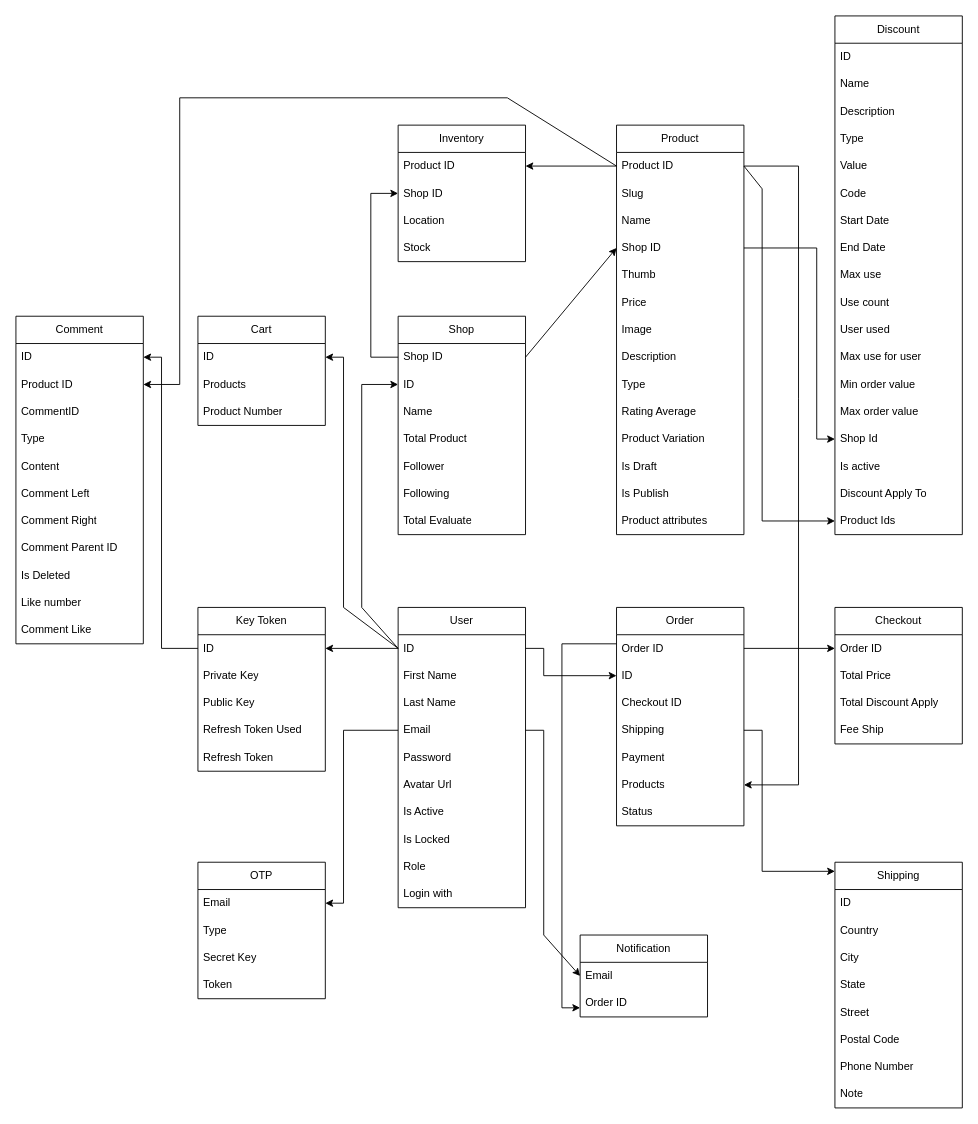
Earlier version of the draw.io diagram Untitled Diagram.drawio (hoangdat12/LazyFy). Source tidied: cells renumbered, new cells numbered last; positions are measured from the earlier drawing's top-left corner, leaving out a move shared by most shapes. Both pictures are drawn from the tidied source at 91%, with x=0, y=0 at pixel (15, 15).
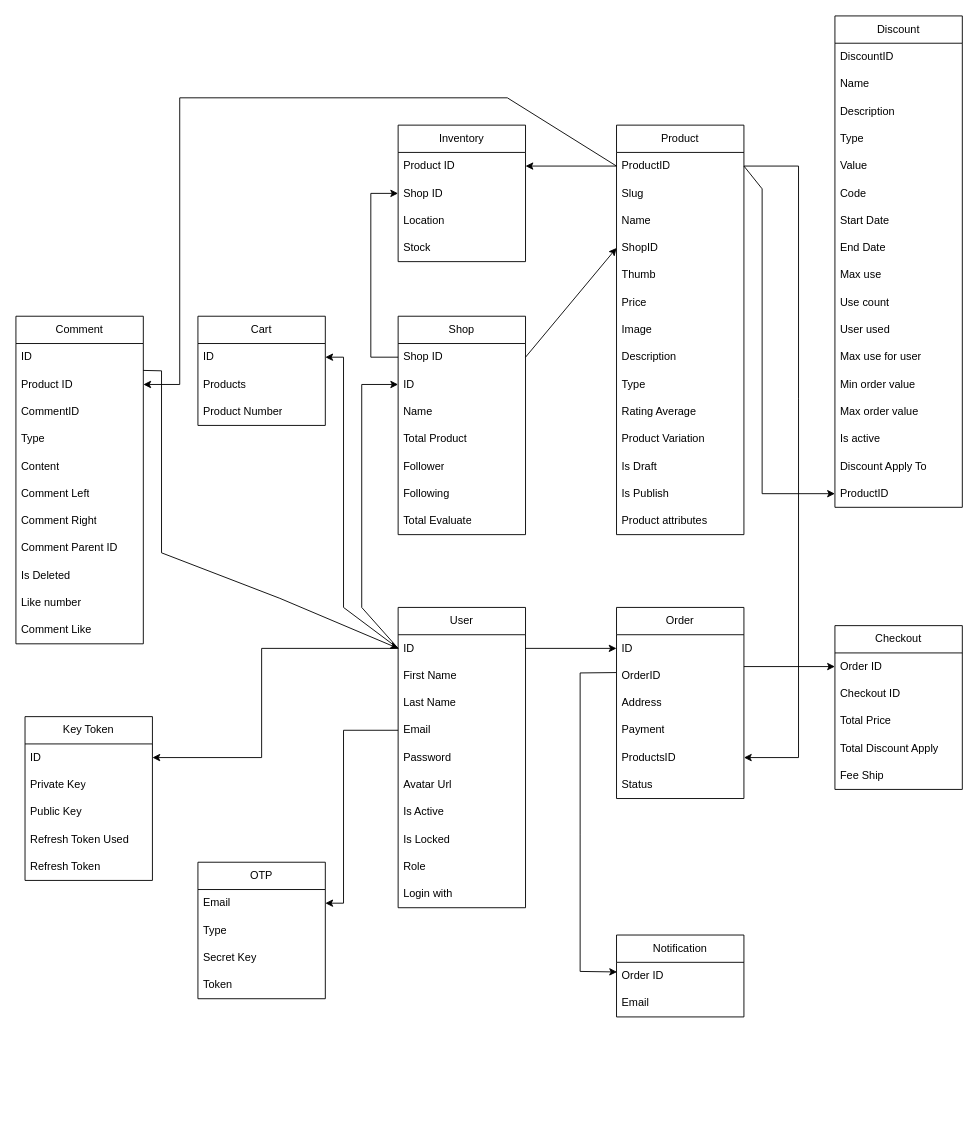
Above is the later version.

Commit message:
Cập nhật Untitled Diagram.drawio

The change refers to these unchanged cells:
```xml
<mxCell id="3" value="ID" style="text;strokeColor=none;fillColor=none;align=left;verticalAlign=middle;spacingLeft=4;spacingRight=4;overflow=hidden;points=[[0,0.5],[1,0.5]];portConstraint=eastwest;whiteSpace=wrap;html=1;" parent="2" vertex="1">
  <mxGeometry y="30" width="140" height="30" as="geometry" />
</mxCell>
<mxCell id="6" value="Email" style="text;strokeColor=none;fillColor=none;align=left;verticalAlign=middle;spacingLeft=4;spacingRight=4;overflow=hidden;points=[[0,0.5],[1,0.5]];portConstraint=eastwest;whiteSpace=wrap;html=1;" parent="2" vertex="1">
  <mxGeometry y="120" width="140" height="30" as="geometry" />
</mxCell>
<mxCell id="14" value="ID" style="text;strokeColor=none;fillColor=none;align=left;verticalAlign=middle;spacingLeft=4;spacingRight=4;overflow=hidden;points=[[0,0.5],[1,0.5]];portConstraint=eastwest;whiteSpace=wrap;html=1;" parent="13" vertex="1">
  <mxGeometry y="30" width="140" height="30" as="geometry" />
</mxCell>
<mxCell id="33" value="Product" style="swimlane;fontStyle=0;horizontal=1;startSize=30;whiteSpace=wrap;html=1;" parent="1" vertex="1">
  <mxGeometry x="660" y="120" width="140" height="450" as="geometry" />
</mxCell>
<mxCell id="84" value="Order ID" style="text;strokeColor=none;fillColor=none;align=left;verticalAlign=middle;spacingLeft=4;spacingRight=4;overflow=hidden;points=[[0,0.5],[1,0.5]];portConstraint=eastwest;whiteSpace=wrap;html=1;" parent="83" vertex="1">
  <mxGeometry y="30" width="140" height="30" as="geometry" />
</mxCell>
<mxCell id="98" value="ID" style="text;strokeColor=none;fillColor=none;align=left;verticalAlign=middle;spacingLeft=4;spacingRight=4;overflow=hidden;points=[[0,0.5],[1,0.5]];portConstraint=eastwest;whiteSpace=wrap;html=1;" parent="97" vertex="1">
  <mxGeometry y="30" width="140" height="30" as="geometry" />
</mxCell>
```

Change to the diagram source:
```diff
@@
     <mxCell id="13" value="Key Token" style="swimlane;fontStyle=0;horizontal=1;startSize=30;whiteSpace=wrap;html=1;" parent="1" vertex="1">
-      <mxGeometry x="200" y="650" width="140" height="180" as="geometry" />
+      <mxGeometry x="10" y="770" width="140" height="180" as="geometry" />
     </mxCell>
@@
-    <mxCell id="24" value="Shipping" style="swimlane;fontStyle=0;horizontal=1;startSize=30;whiteSpace=wrap;html=1;" parent="1" vertex="1">
-      <mxGeometry x="900" y="930" width="140" height="270" as="geometry" />
-    </mxCell>
-    <mxCell id="25" value="ID" style="text;strokeColor=none;fillColor=none;align=left;verticalAlign=middle;spacingLeft=4;spacingRight=4;overflow=hidden;whiteSpace=wrap;html=1;" parent="24" vertex="1">
-      <mxGeometry y="30" width="140" height="30" as="geometry" />
-    </mxCell>
-    <mxCell id="26" value="Country" style="text;strokeColor=none;fillColor=none;align=left;verticalAlign=middle;spacingLeft=4;spacingRight=4;overflow=hidden;whiteSpace=wrap;html=1;" parent="24" vertex="1">
-      <mxGeometry y="60" width="140" height="30" as="geometry" />
-    </mxCell>
-    <mxCell id="27" value="City" style="text;strokeColor=none;fillColor=none;align=left;verticalAlign=middle;spacingLeft=4;spacingRight=4;overflow=hidden;whiteSpace=wrap;html=1;" parent="24" vertex="1">
-      <mxGeometry y="90" width="140" height="30" as="geometry" />
-    </mxCell>
-    <mxCell id="28" value="State" style="text;strokeColor=none;fillColor=none;align=left;verticalAlign=middle;spacingLeft=4;spacingRight=4;overflow=hidden;whiteSpace=wrap;html=1;" parent="24" vertex="1">
-      <mxGeometry y="120" width="140" height="30" as="geometry" />
-    </mxCell>
-    <mxCell id="29" value="Street" style="text;strokeColor=none;fillColor=none;align=left;verticalAlign=middle;spacingLeft=4;spacingRight=4;overflow=hidden;whiteSpace=wrap;html=1;" parent="24" vertex="1">
-      <mxGeometry y="150" width="140" height="30" as="geometry" />
-    </mxCell>
-    <mxCell id="30" value="Postal Code" style="text;strokeColor=none;fillColor=none;align=left;verticalAlign=middle;spacingLeft=4;spacingRight=4;overflow=hidden;whiteSpace=wrap;html=1;" parent="24" vertex="1">
-      <mxGeometry y="180" width="140" height="30" as="geometry" />
-    </mxCell>
-    <mxCell id="31" value="Phone Number" style="text;strokeColor=none;fillColor=none;align=left;verticalAlign=middle;spacingLeft=4;spacingRight=4;overflow=hidden;whiteSpace=wrap;html=1;" parent="24" vertex="1">
-      <mxGeometry y="210" width="140" height="30" as="geometry" />
-    </mxCell>
-    <mxCell id="32" value="Note" style="text;strokeColor=none;fillColor=none;align=left;verticalAlign=middle;spacingLeft=4;spacingRight=4;overflow=hidden;whiteSpace=wrap;html=1;" parent="24" vertex="1">
-      <mxGeometry y="240" width="140" height="30" as="geometry" />
-    </mxCell>
@@
-    <mxCell id="34" value="Product ID" style="text;strokeColor=none;fillColor=none;align=left;verticalAlign=middle;spacingLeft=4;spacingRight=4;overflow=hidden;points=[[0,0.5],[1,0.5]];portConstraint=eastwest;whiteSpace=wrap;html=1;" parent="33" vertex="1">
+    <mxCell id="34" value="ProductID" style="text;strokeColor=none;fillColor=none;align=left;verticalAlign=middle;spacingLeft=4;spacingRight=4;overflow=hidden;points=[[0,0.5],[1,0.5]];portConstraint=eastwest;whiteSpace=wrap;html=1;" parent="33" vertex="1">
       <mxGeometry y="30" width="140" height="30" as="geometry" />
     </mxCell>
@@
-    <mxCell id="37" value="Shop ID" style="text;strokeColor=none;fillColor=none;align=left;verticalAlign=middle;spacingLeft=4;spacingRight=4;overflow=hidden;points=[[0,0.5],[1,0.5]];portConstraint=eastwest;whiteSpace=wrap;html=1;" parent="33" vertex="1">
+    <mxCell id="37" value="ShopID" style="text;strokeColor=none;fillColor=none;align=left;verticalAlign=middle;spacingLeft=4;spacingRight=4;overflow=hidden;points=[[0,0.5],[1,0.5]];portConstraint=eastwest;whiteSpace=wrap;html=1;" parent="33" vertex="1">
       <mxGeometry y="120" width="140" height="30" as="geometry" />
     </mxCell>
@@
     <mxCell id="48" value="Discount" style="swimlane;fontStyle=0;horizontal=1;startSize=30;whiteSpace=wrap;html=1;" parent="1" vertex="1">
-      <mxGeometry x="900" width="140" height="570" as="geometry" />
+      <mxGeometry x="900" width="140" height="540" as="geometry" />
     </mxCell>
-    <mxCell id="49" value="ID" style="text;strokeColor=none;fillColor=none;align=left;verticalAlign=middle;spacingLeft=4;spacingRight=4;overflow=hidden;whiteSpace=wrap;html=1;" parent="48" vertex="1">
+    <mxCell id="49" value="DiscountID" style="text;strokeColor=none;fillColor=none;align=left;verticalAlign=middle;spacingLeft=4;spacingRight=4;overflow=hidden;whiteSpace=wrap;html=1;" parent="48" vertex="1">
       <mxGeometry y="30" width="140" height="30" as="geometry" />
     </mxCell>
@@
-    <mxCell id="63" value="Shop Id" style="text;strokeColor=none;fillColor=none;align=left;verticalAlign=middle;spacingLeft=4;spacingRight=4;overflow=hidden;points=[[0,0.5],[1,0.5]];portConstraint=eastwest;whiteSpace=wrap;html=1;" parent="48" vertex="1">
-      <mxGeometry y="450" width="140" height="30" as="geometry" />
-    </mxCell>
     <mxCell id="64" value="Is active" style="text;strokeColor=none;fillColor=none;align=left;verticalAlign=middle;spacingLeft=4;spacingRight=4;overflow=hidden;whiteSpace=wrap;html=1;" parent="48" vertex="1">
-      <mxGeometry y="480" width="140" height="30" as="geometry" />
+      <mxGeometry y="450" width="140" height="30" as="geometry" />
     </mxCell>
     <mxCell id="65" value="Discount Apply To" style="text;strokeColor=none;fillColor=none;align=left;verticalAlign=middle;spacingLeft=4;spacingRight=4;overflow=hidden;whiteSpace=wrap;html=1;" parent="48" vertex="1">
-      <mxGeometry y="510" width="140" height="30" as="geometry" />
+      <mxGeometry y="480" width="140" height="30" as="geometry" />
     </mxCell>
-    <mxCell id="66" value="Product Ids" style="text;strokeColor=none;fillColor=none;align=left;verticalAlign=middle;spacingLeft=4;spacingRight=4;overflow=hidden;points=[[0,0.5],[1,0.5]];portConstraint=eastwest;whiteSpace=wrap;html=1;" parent="48" vertex="1">
-      <mxGeometry y="540" width="140" height="30" as="geometry" />
+    <mxCell id="66" value="ProductID" style="text;strokeColor=none;fillColor=none;align=left;verticalAlign=middle;spacingLeft=4;spacingRight=4;overflow=hidden;points=[[0,0.5],[1,0.5]];portConstraint=eastwest;whiteSpace=wrap;html=1;" parent="48" vertex="1">
+      <mxGeometry y="510" width="140" height="30" as="geometry" />
     </mxCell>
@@
     <mxCell id="75" value="Order" style="swimlane;fontStyle=0;horizontal=1;startSize=30;whiteSpace=wrap;html=1;" parent="1" vertex="1">
-      <mxGeometry x="660" y="650" width="140" height="240" as="geometry" />
+      <mxGeometry x="660" y="650" width="140" height="210" as="geometry" />
     </mxCell>
-    <mxCell id="76" value="Order ID" style="text;strokeColor=none;fillColor=none;align=left;verticalAlign=middle;spacingLeft=4;spacingRight=4;overflow=hidden;points=[[0,0.5],[1,0.5]];portConstraint=eastwest;whiteSpace=wrap;html=1;" parent="75" vertex="1">
-      <mxGeometry y="30" width="140" height="30" as="geometry" />
-    </mxCell>
     <mxCell id="77" value="ID" style="text;strokeColor=none;fillColor=none;align=left;verticalAlign=middle;spacingLeft=4;spacingRight=4;overflow=hidden;points=[[0,0.5],[1,0.5]];portConstraint=eastwest;whiteSpace=wrap;html=1;" parent="75" vertex="1">
-      <mxGeometry y="60" width="140" height="30" as="geometry" />
+      <mxGeometry y="30" width="140" height="30" as="geometry" />
     </mxCell>
-    <mxCell id="78" value="Checkout ID" style="text;strokeColor=none;fillColor=none;align=left;verticalAlign=middle;spacingLeft=4;spacingRight=4;overflow=hidden;points=[[0,0.5],[1,0.5]];portConstraint=eastwest;whiteSpace=wrap;html=1;" parent="75" vertex="1">
-      <mxGeometry y="90" width="140" height="30" as="geometry" />
+    <mxCell id="78" value="OrderID" style="text;strokeColor=none;fillColor=none;align=left;verticalAlign=middle;spacingLeft=4;spacingRight=4;overflow=hidden;points=[[0,0.5],[1,0.5]];portConstraint=eastwest;whiteSpace=wrap;html=1;" parent="75" vertex="1">
+      <mxGeometry y="60" width="140" height="30" as="geometry" />
     </mxCell>
-    <mxCell id="79" value="Shipping" style="text;strokeColor=none;fillColor=none;align=left;verticalAlign=middle;spacingLeft=4;spacingRight=4;overflow=hidden;points=[[0,0.5],[1,0.5]];portConstraint=eastwest;whiteSpace=wrap;html=1;" parent="75" vertex="1">
-      <mxGeometry y="120" width="140" height="30" as="geometry" />
+    <mxCell id="79" value="Address" style="text;strokeColor=none;fillColor=none;align=left;verticalAlign=middle;spacingLeft=4;spacingRight=4;overflow=hidden;points=[[0,0.5],[1,0.5]];portConstraint=eastwest;whiteSpace=wrap;html=1;" parent="75" vertex="1">
+      <mxGeometry y="90" width="140" height="30" as="geometry" />
     </mxCell>
     <mxCell id="80" value="Payment" style="text;strokeColor=none;fillColor=none;align=left;verticalAlign=middle;spacingLeft=4;spacingRight=4;overflow=hidden;whiteSpace=wrap;html=1;" parent="75" vertex="1">
-      <mxGeometry y="150" width="140" height="30" as="geometry" />
+      <mxGeometry y="120" width="140" height="30" as="geometry" />
     </mxCell>
-    <mxCell id="81" value="Products" style="text;strokeColor=none;fillColor=none;align=left;verticalAlign=middle;spacingLeft=4;spacingRight=4;overflow=hidden;points=[[0,0.5],[1,0.5]];portConstraint=eastwest;whiteSpace=wrap;html=1;" parent="75" vertex="1">
-      <mxGeometry y="180" width="140" height="30" as="geometry" />
+    <mxCell id="81" value="ProductsID" style="text;strokeColor=none;fillColor=none;align=left;verticalAlign=middle;spacingLeft=4;spacingRight=4;overflow=hidden;points=[[0,0.5],[1,0.5]];portConstraint=eastwest;whiteSpace=wrap;html=1;" parent="75" vertex="1">
+      <mxGeometry y="150" width="140" height="30" as="geometry" />
     </mxCell>
     <mxCell id="82" value="Status" style="text;strokeColor=none;fillColor=none;align=left;verticalAlign=middle;spacingLeft=4;spacingRight=4;overflow=hidden;whiteSpace=wrap;html=1;" parent="75" vertex="1">
-      <mxGeometry y="210" width="140" height="30" as="geometry" />
+      <mxGeometry y="180" width="140" height="30" as="geometry" />
     </mxCell>
     <mxCell id="83" value="Checkout" style="swimlane;fontStyle=0;horizontal=1;startSize=30;whiteSpace=wrap;html=1;" parent="1" vertex="1">
-      <mxGeometry x="900" y="650" width="140" height="150" as="geometry" />
+      <mxGeometry x="900" y="670" width="140" height="180" as="geometry" />
     </mxCell>
@@
+    <mxCell id="129" value="Checkout ID" style="text;strokeColor=none;fillColor=none;align=left;verticalAlign=middle;spacingLeft=4;spacingRight=4;overflow=hidden;whiteSpace=wrap;html=1;" parent="83" vertex="1">
+      <mxGeometry y="60" width="140" height="30" as="geometry" />
+    </mxCell>
     <mxCell id="85" value="Total Price" style="text;strokeColor=none;fillColor=none;align=left;verticalAlign=middle;spacingLeft=4;spacingRight=4;overflow=hidden;whiteSpace=wrap;html=1;" parent="83" vertex="1">
-      <mxGeometry y="60" width="140" height="30" as="geometry" />
+      <mxGeometry y="90" width="140" height="30" as="geometry" />
     </mxCell>
     <mxCell id="86" value="Total Discount Apply" style="text;strokeColor=none;fillColor=none;align=left;verticalAlign=middle;spacingLeft=4;spacingRight=4;overflow=hidden;whiteSpace=wrap;html=1;" parent="83" vertex="1">
-      <mxGeometry y="90" width="140" height="30" as="geometry" />
+      <mxGeometry y="120" width="140" height="30" as="geometry" />
     </mxCell>
     <mxCell id="87" value="Fee Ship" style="text;strokeColor=none;fillColor=none;align=left;verticalAlign=middle;spacingLeft=4;spacingRight=4;overflow=hidden;whiteSpace=wrap;html=1;" parent="83" vertex="1">
-      <mxGeometry y="120" width="140" height="30" as="geometry" />
+      <mxGeometry y="150" width="140" height="30" as="geometry" />
     </mxCell>
@@
     <mxCell id="109" style="endArrow=classic;html=1;rounded=0;exitX=0;exitY=0.5;exitDx=0;exitDy=0;entryX=1;entryY=0.5;entryDx=0;entryDy=0;" parent="1" edge="1" source="3" target="14">
-      <mxGeometry relative="1" as="geometry" />
+      <mxGeometry relative="1" as="geometry">
+        <Array as="points">
+          <mxPoint x="270" y="695" />
+          <mxPoint x="270" y="815" />
+        </Array>
+      </mxGeometry>
     </mxCell>
-    <mxCell id="110" style="endArrow=classic;html=1;rounded=0;exitX=1;exitY=0.5;exitDx=0;exitDy=0;entryX=0;entryY=0.5;entryDx=0;entryDy=0;" parent="1" edge="1" source="3" target="77">
-      <mxGeometry relative="1" as="geometry">
-        <Array as="points">
-          <mxPoint x="580" y="695" />
-          <mxPoint x="580" y="725" />
-        </Array>
-      </mxGeometry>
-    </mxCell>
-    <mxCell id="111" style="endArrow=classic;html=1;rounded=0;exitX=1;exitY=0.5;exitDx=0;exitDy=0;entryX=0;entryY=0.5;entryDx=0;entryDy=0;" parent="1" edge="1" source="76" target="84">
-      <mxGeometry relative="1" as="geometry" />
-    </mxCell>
-    <mxCell id="112" style="endArrow=classic;html=1;rounded=0;exitX=1;exitY=0.5;exitDx=0;exitDy=0;" parent="1" edge="1" source="79">
-      <mxGeometry relative="1" as="geometry">
-        <mxPoint x="900" y="940" as="targetPoint" />
-        <Array as="points">
-          <mxPoint x="820" y="785" />
-          <mxPoint x="820" y="940" />
-        </Array>
-      </mxGeometry>
-    </mxCell>
     <mxCell id="113" style="endArrow=classic;html=1;rounded=0;exitX=1;exitY=0.5;exitDx=0;exitDy=0;entryX=1;entryY=0.5;entryDx=0;entryDy=0;" parent="1" edge="1" source="34" target="81">
       <mxGeometry relative="1" as="geometry">
         <Array as="points">
           <mxPoint x="860" y="165" />
           <mxPoint x="860" y="420" />
-          <mxPoint x="860" y="845" />
+          <mxPoint x="860" y="815" />
         </Array>
       </mxGeometry>
     </mxCell>
@@
     <mxCell id="115" style="endArrow=classic;html=1;rounded=0;exitX=1;exitY=0.5;exitDx=0;exitDy=0;entryX=0;entryY=0.5;entryDx=0;entryDy=0;" parent="1" edge="1" source="34" target="66">
       <mxGeometry relative="1" as="geometry">
         <Array as="points">
           <mxPoint x="820" y="190" />
-          <mxPoint x="820" y="555" />
+          <mxPoint x="820" y="525" />
         </Array>
       </mxGeometry>
     </mxCell>
@@
-    <mxCell id="121" style="endArrow=classic;html=1;rounded=0;exitX=0;exitY=0.5;exitDx=0;exitDy=0;entryX=1;entryY=0.5;entryDx=0;entryDy=0;" parent="1" edge="1" source="14" target="98">
-      <mxGeometry relative="1" as="geometry">
-        <Array as="points">
-          <mxPoint x="160" y="695" />
-          <mxPoint x="160" y="375" />
-        </Array>
-      </mxGeometry>
-    </mxCell>
-    <mxCell id="122" style="endArrow=classic;html=1;rounded=0;exitX=1;exitY=0.5;exitDx=0;exitDy=0;entryX=0;entryY=0.5;entryDx=0;entryDy=0;" parent="1" edge="1" source="37" target="63">
-      <mxGeometry relative="1" as="geometry">
-        <Array as="points">
-          <mxPoint x="880" y="255" />
-          <mxPoint x="880" y="465" />
-        </Array>
-      </mxGeometry>
-    </mxCell>
@@
     <mxCell id="124" value="Notification" style="swimlane;fontStyle=0;horizontal=1;startSize=30;whiteSpace=wrap;html=1;" parent="1" vertex="1">
-      <mxGeometry x="620" y="1010" width="140" height="90" as="geometry" />
+      <mxGeometry x="660" y="1010" width="140" height="90" as="geometry" />
     </mxCell>
+    <mxCell id="126" value="Order ID" style="text;strokeColor=none;fillColor=none;align=left;verticalAlign=middle;spacingLeft=4;spacingRight=4;overflow=hidden;points=[[0,0.5],[1,0.5]];portConstraint=eastwest;whiteSpace=wrap;html=1;" parent="124" vertex="1">
+      <mxGeometry y="30" width="140" height="30" as="geometry" />
+    </mxCell>
     <mxCell id="125" value="Email" style="text;strokeColor=none;fillColor=none;align=left;verticalAlign=middle;spacingLeft=4;spacingRight=4;overflow=hidden;points=[[0,0.5],[1,0.5]];portConstraint=eastwest;whiteSpace=wrap;html=1;" parent="124" vertex="1">
-      <mxGeometry y="30" width="140" height="30" as="geometry" />
+      <mxGeometry y="60" width="140" height="30" as="geometry" />
     </mxCell>
-    <mxCell id="126" value="Order ID" style="text;strokeColor=none;fillColor=none;align=left;verticalAlign=middle;spacingLeft=4;spacingRight=4;overflow=hidden;points=[[0,0.5],[1,0.5]];portConstraint=eastwest;whiteSpace=wrap;html=1;" parent="124" vertex="1">
-      <mxGeometry y="60" width="140" height="30" as="geometry" />
-    </mxCell>
-    <mxCell id="127" style="endArrow=classic;html=1;rounded=0;exitX=1;exitY=0.5;exitDx=0;exitDy=0;entryX=0;entryY=0.5;entryDx=0;entryDy=0;" parent="1" edge="1" source="6" target="125">
-      <mxGeometry relative="1" as="geometry">
-        <Array as="points">
-          <mxPoint x="580" y="785" />
-          <mxPoint x="580" y="1010" />
-        </Array>
-      </mxGeometry>
-    </mxCell>
-    <mxCell id="128" style="endArrow=classic;html=1;rounded=0;exitX=0;exitY=0.333;exitDx=0;exitDy=0;exitPerimeter=0;" parent="1" edge="1" source="76">
-      <mxGeometry relative="1" as="geometry">
-        <mxPoint x="620" y="1090" as="targetPoint" />
-        <Array as="points">
-          <mxPoint x="600" y="690" />
-          <mxPoint x="600" y="1090" />
-        </Array>
-      </mxGeometry>
-    </mxCell>
+    <mxCell id="110" style="endArrow=classic;html=1;rounded=0;exitX=1;exitY=0.5;exitDx=0;exitDy=0;entryX=0;entryY=0.5;entryDx=0;entryDy=0;" parent="1" edge="1" source="3" target="77">
+      <mxGeometry relative="1" as="geometry" />
+    </mxCell>
+    <mxCell id="130" style="endArrow=classic;html=1;rounded=0;entryX=0;entryY=0.5;entryDx=0;entryDy=0;" parent="1" edge="1" target="84">
+      <mxGeometry relative="1" as="geometry">
+        <mxPoint x="800" y="715" as="sourcePoint" />
+      </mxGeometry>
+    </mxCell>
+    <mxCell id="131" style="endArrow=classic;html=1;rounded=0;exitX=-0.004;exitY=0.386;exitDx=0;exitDy=0;entryX=0.004;entryY=0.353;entryDx=0;entryDy=0;entryPerimeter=0;exitPerimeter=0;" parent="1" edge="1" source="78" target="126">
+      <mxGeometry relative="1" as="geometry">
+        <Array as="points">
+          <mxPoint x="620" y="722" />
+          <mxPoint x="620" y="900" />
+          <mxPoint x="620" y="1050" />
+        </Array>
+      </mxGeometry>
+    </mxCell>
+    <mxCell id="132" style="endArrow=classic;html=1;rounded=0;exitX=0.999;exitY=0.985;exitDx=0;exitDy=0;exitPerimeter=0;entryX=0;entryY=0.5;entryDx=0;entryDy=0;" parent="1" edge="1" source="98" target="3">
+      <mxGeometry relative="1" as="geometry">
+        <Array as="points">
+          <mxPoint x="160" y="390" />
+          <mxPoint x="160" y="590" />
+          <mxPoint x="290" y="640" />
+        </Array>
+      </mxGeometry>
+    </mxCell>
```
